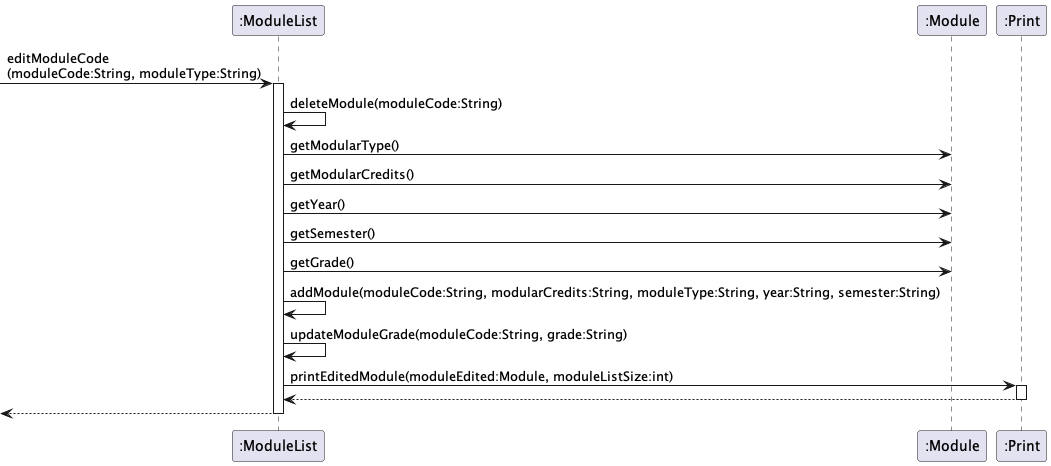
The PlantUML diagram docs/diagrams/editModuleCode.png in saintzaw/tp, before a commit. The source it was exported from:
```plantuml
@startuml
participant ":ModuleList" as ML
participant ":Module" as Mod
participant ":Print" as Print

[->ML : editModuleCode\n(moduleCode:String, moduleType:String)
 activate ML
        ML -> ML: deleteModule(moduleCode:String)
        ML -> Mod: getModularType()
        ML -> Mod: getModularCredits()
        ML -> Mod: getYear()
        ML -> Mod: getSemester()
        ML -> Mod: getGrade()

        ML -> ML: addModule(moduleCode:String, modularCredits:String, moduleType:String, year:String, semester:String)
        ML -> ML: updateModuleGrade(moduleCode:String, grade:String)
        ML -> Print : printEditedModule(moduleEdited:Module, moduleListSize:int)
        activate Print
        Print --> ML
        deactivate Print
ML-->[
deactivate ML
@enduml
```
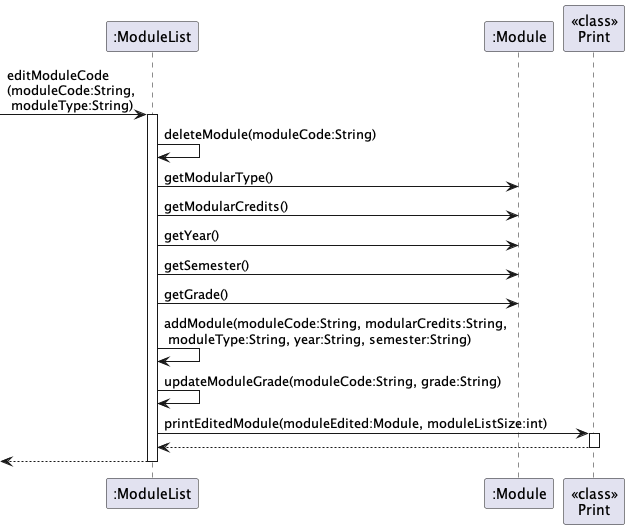
The same diagram one commit later.

Change to the diagram source:
```diff
@@ -1,9 +1,9 @@
 @startuml
 participant ":ModuleList" as ML
 participant ":Module" as Mod
-participant ":Print" as Print
+participant "<<class>>\nPrint" as Print
 
-[->ML : editModuleCode\n(moduleCode:String, moduleType:String)
+[->ML : editModuleCode\n(moduleCode:String,\n moduleType:String)
  activate ML
         ML -> ML: deleteModule(moduleCode:String)
         ML -> Mod: getModularType()
@@ -12,7 +12,7 @@
         ML -> Mod: getSemester()
         ML -> Mod: getGrade()
 
-        ML -> ML: addModule(moduleCode:String, modularCredits:String, moduleType:String, year:String, semester:String)
+        ML -> ML: addModule(moduleCode:String, modularCredits:String,\n moduleType:String, year:String, semester:String)
         ML -> ML: updateModuleGrade(moduleCode:String, grade:String)
         ML -> Print : printEditedModule(moduleEdited:Module, moduleListSize:int)
         activate Print
```
